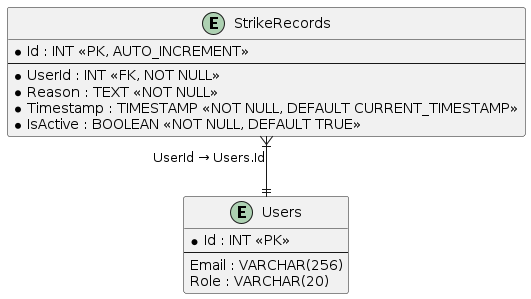
Earlier version of the PlantUML export report/assets/database-design-diagrams/community-governance-and-reputation-bounded-context-database-diagram.png (upc-pre-1asi0729-11848-arcadiadevs/viora-report). Source of this version:
```plantuml
@startuml
skinparam linetype ortho
skinparam roundcorner 5

entity "Users" as users {
    * Id : INT <<PK>>
    --
    Email : VARCHAR(256)
    Role : VARCHAR(20)
}

entity "StrikeRecords" as strike_records {
    * Id : INT <<PK, AUTO_INCREMENT>>
    --
    * UserId : INT <<FK, NOT NULL>>
    * Reason : TEXT <<NOT NULL>>
    * Timestamp : TIMESTAMP <<NOT NULL, DEFAULT CURRENT_TIMESTAMP>>
    * IsActive : BOOLEAN <<NOT NULL, DEFAULT TRUE>>
}

strike_records }|--|| users : "UserId → Users.Id"
@enduml
```
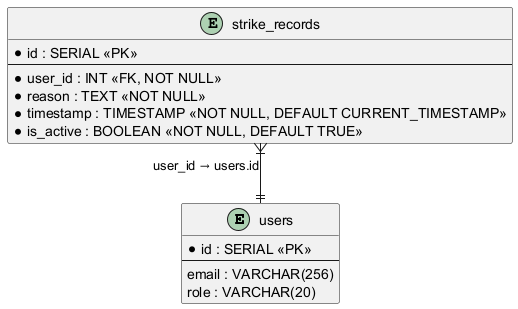
Above is the later version.

The edit, as a diff of the source:
```diff
@@ -2,21 +2,22 @@
 skinparam linetype ortho
 skinparam roundcorner 5
 
-entity "Users" as users {
-    * Id : INT <<PK>>
+entity "users" as users {
+    * id : SERIAL <<PK>>
     --
-    Email : VARCHAR(256)
-    Role : VARCHAR(20)
+    email : VARCHAR(256)
+    role : VARCHAR(20)
 }
 
-entity "StrikeRecords" as strike_records {
-    * Id : INT <<PK, AUTO_INCREMENT>>
+entity "strike_records" as strike_records {
+    * id : SERIAL <<PK>>
     --
-    * UserId : INT <<FK, NOT NULL>>
-    * Reason : TEXT <<NOT NULL>>
-    * Timestamp : TIMESTAMP <<NOT NULL, DEFAULT CURRENT_TIMESTAMP>>
-    * IsActive : BOOLEAN <<NOT NULL, DEFAULT TRUE>>
+    * user_id : INT <<FK, NOT NULL>>
+    * reason : TEXT <<NOT NULL>>
+    * timestamp : TIMESTAMP <<NOT NULL, DEFAULT CURRENT_TIMESTAMP>>
+    * is_active : BOOLEAN <<NOT NULL, DEFAULT TRUE>>
 }
 
-strike_records }|--|| users : "UserId → Users.Id"
+strike_records }|--|| users : "user_id → users.id"
+
 @enduml
```
